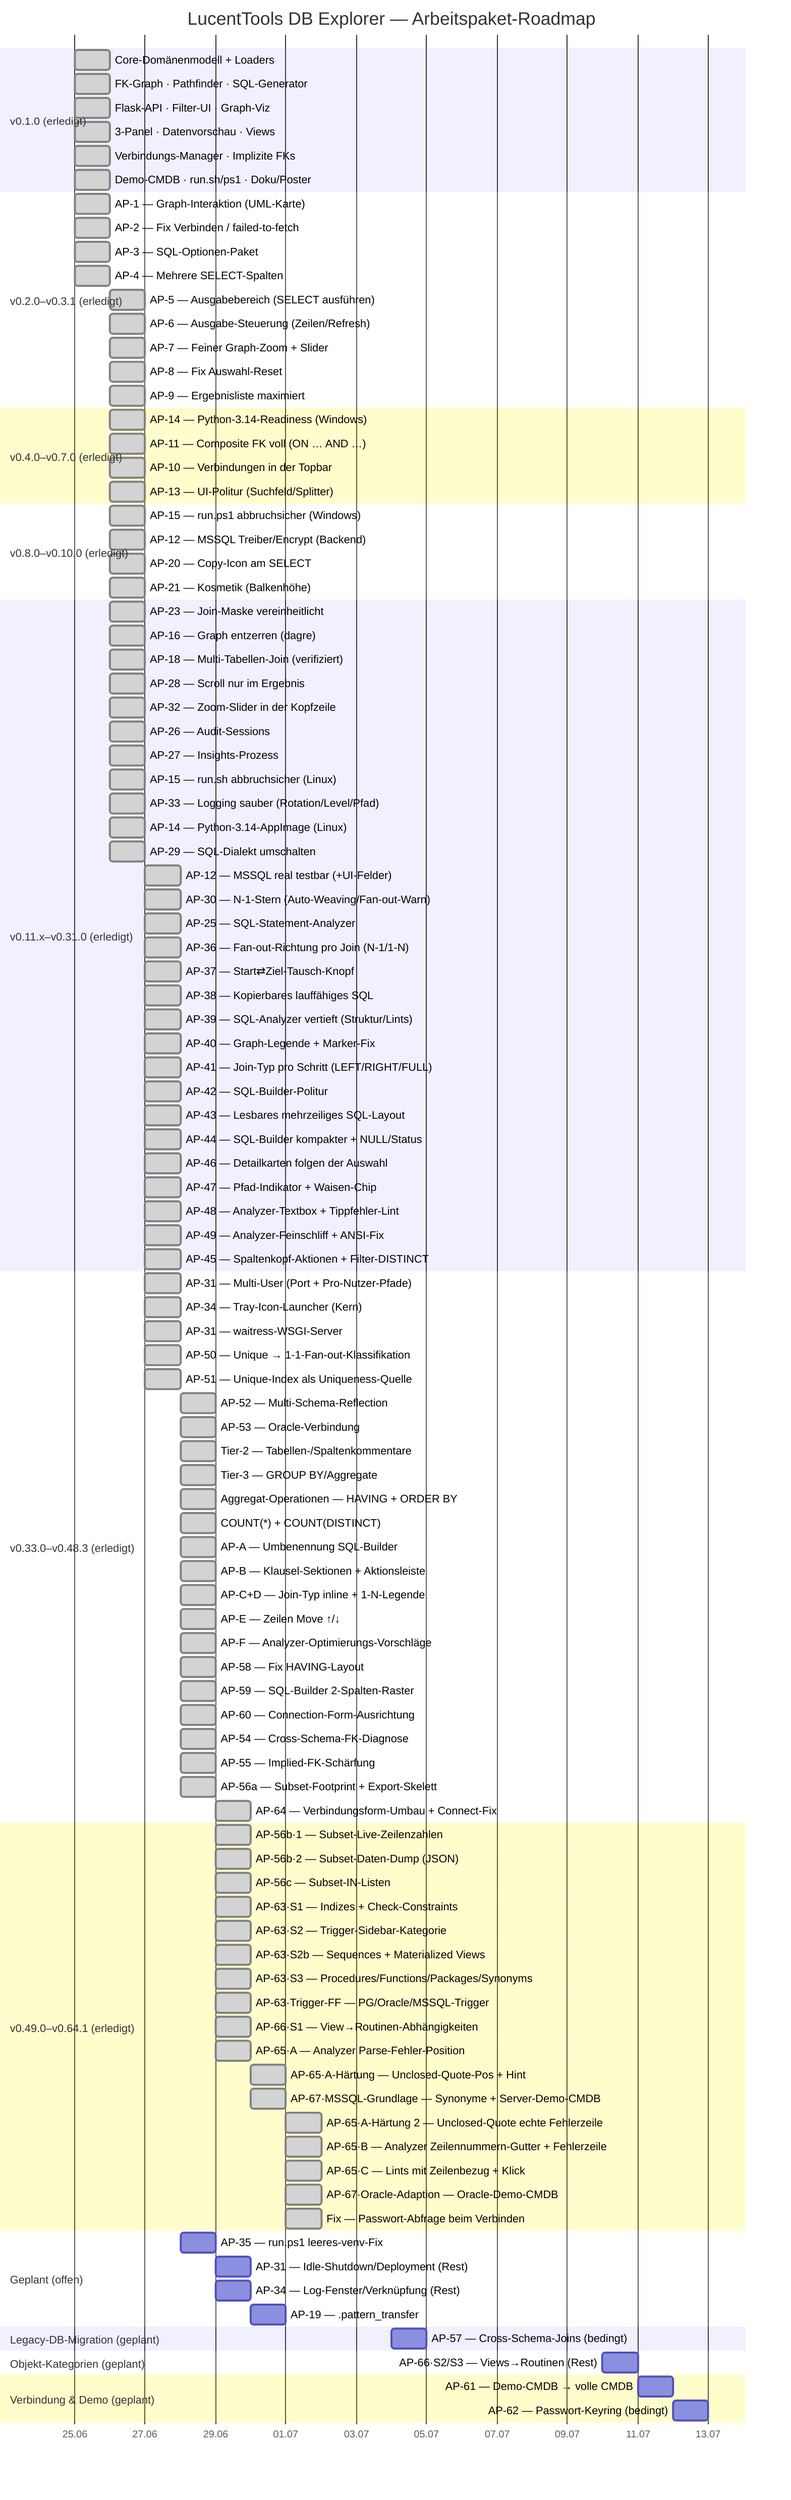
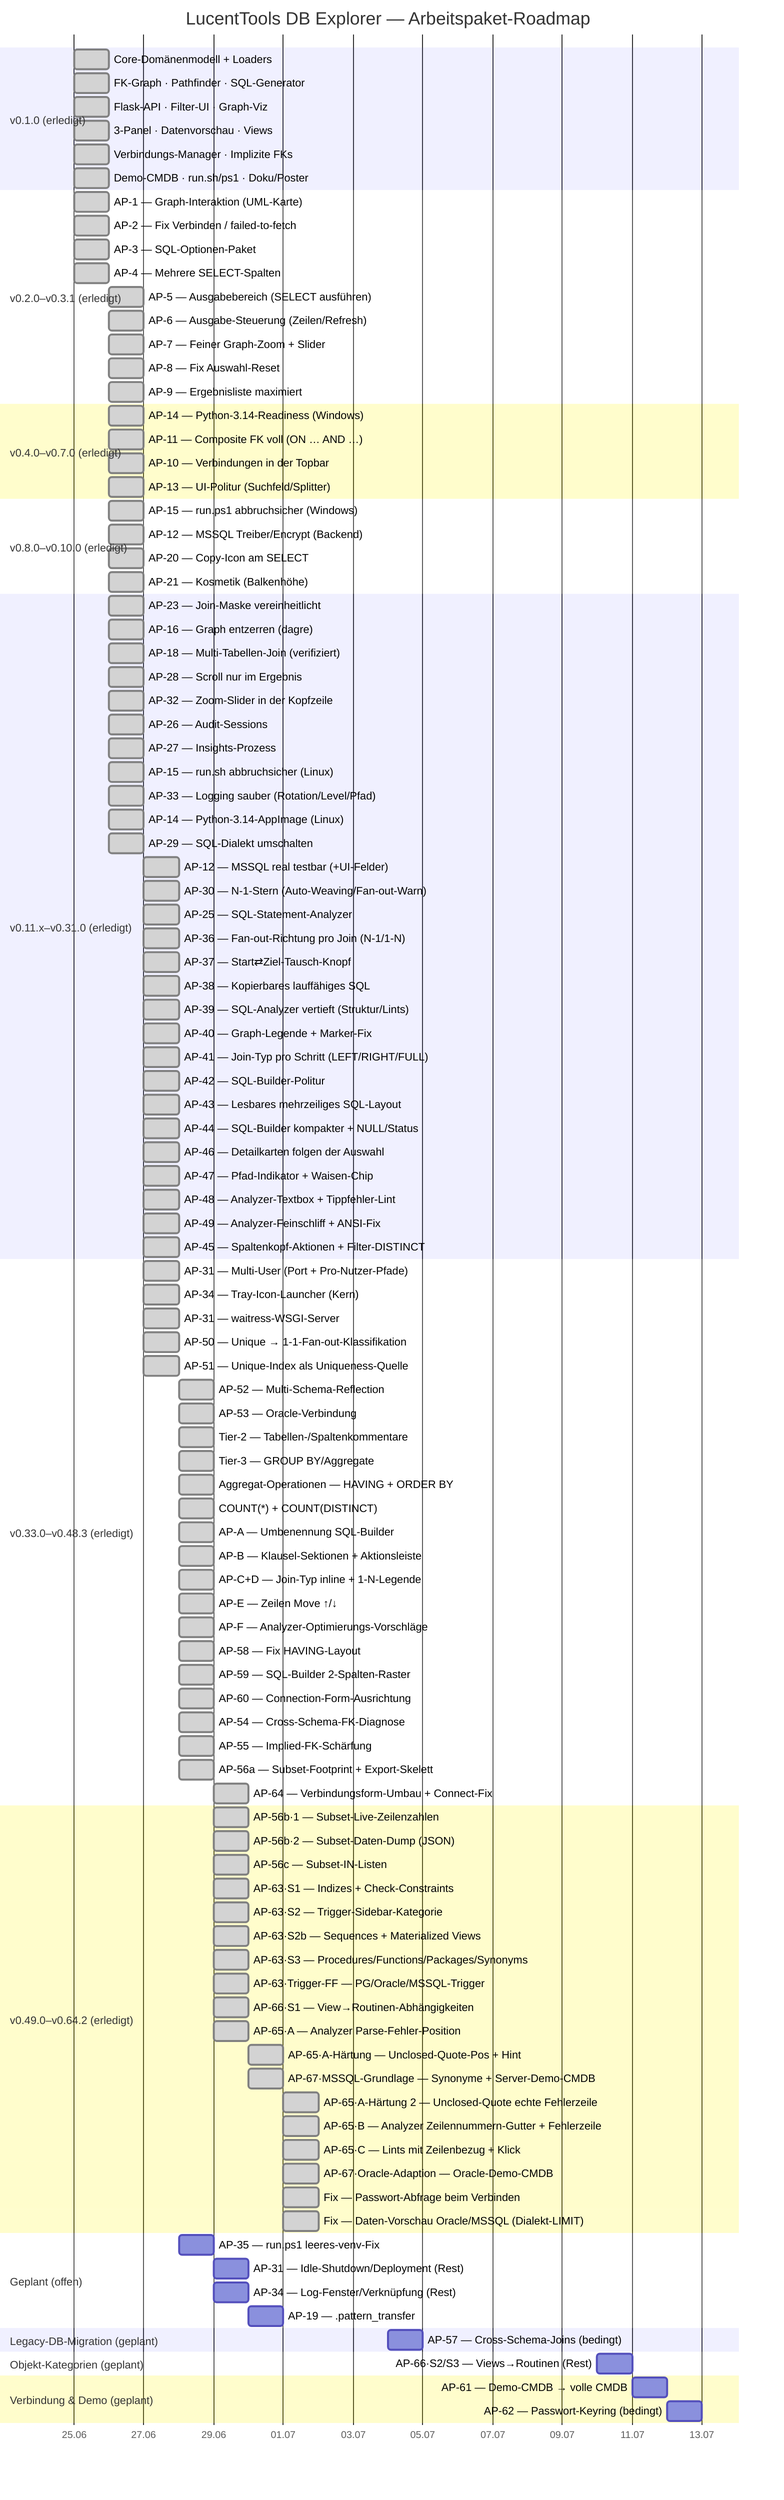
gantt
    title LucentTools DB Explorer — Arbeitspaket-Roadmap
    dateFormat  YYYY-MM-DD
    axisFormat  %d.%m

    section v0.1.0 (erledigt)
    Core-Domänenmodell + Loaders          :done, d1, 2026-06-25, 1d
    FK-Graph · Pathfinder · SQL-Generator :done, d2, 2026-06-25, 1d
    Flask-API · Filter-UI · Graph-Viz     :done, d3, 2026-06-25, 1d
    3-Panel · Datenvorschau · Views       :done, d4, 2026-06-25, 1d
    Verbindungs-Manager · Implizite FKs   :done, d5, 2026-06-25, 1d
    Demo-CMDB · run.sh/ps1 · Doku/Poster  :done, d6, 2026-06-25, 1d

    section v0.2.0–v0.3.1 (erledigt)
    AP-1 — Graph-Interaktion (UML-Karte)        :done, a1, 2026-06-25, 1d
    AP-2 — Fix Verbinden / failed-to-fetch      :done, a2, 2026-06-25, 1d
    AP-3 — SQL-Optionen-Paket                   :done, a3, 2026-06-25, 1d
    AP-4 — Mehrere SELECT-Spalten               :done, a4, 2026-06-25, 1d
    AP-5 — Ausgabebereich (SELECT ausführen)    :done, a5, 2026-06-26, 1d
    AP-6 — Ausgabe-Steuerung (Zeilen/Refresh)   :done, a6, 2026-06-26, 1d
    AP-7 — Feiner Graph-Zoom + Slider           :done, a7, 2026-06-26, 1d
    AP-8 — Fix Auswahl-Reset                    :done, a8, 2026-06-26, 1d
    AP-9 — Ergebnisliste maximiert              :done, a9, 2026-06-26, 1d

    section v0.4.0–v0.7.0 (erledigt)
    AP-14 — Python-3.14-Readiness (Windows)     :done, b1, 2026-06-26, 1d
    AP-11 — Composite FK voll (ON … AND …)      :done, b2, 2026-06-26, 1d
    AP-10 — Verbindungen in der Topbar          :done, b3, 2026-06-26, 1d
    AP-13 — UI-Politur (Suchfeld/Splitter)      :done, b4, 2026-06-26, 1d

    section v0.8.0–v0.10.0 (erledigt)
    AP-15 — run.ps1 abbruchsicher (Windows)     :done, c1, 2026-06-26, 1d
    AP-12 — MSSQL Treiber/Encrypt (Backend)     :done, c2, 2026-06-26, 1d
    AP-20 — Copy-Icon am SELECT                 :done, c3, 2026-06-26, 1d
    AP-21 — Kosmetik (Balkenhöhe)               :done, c4, 2026-06-26, 1d

    section v0.11.x–v0.31.0 (erledigt)
    AP-23 — Join-Maske vereinheitlicht          :done, e1, 2026-06-26, 1d
    AP-16 — Graph entzerren (dagre)             :done, e2, 2026-06-26, 1d
    AP-18 — Multi-Tabellen-Join (verifiziert)   :done, e3, 2026-06-26, 1d
    AP-28 — Scroll nur im Ergebnis              :done, e4, 2026-06-26, 1d
    AP-32 — Zoom-Slider in der Kopfzeile        :done, e5, 2026-06-26, 1d
    AP-26 — Audit-Sessions                      :done, e6, 2026-06-26, 1d
    AP-27 — Insights-Prozess                    :done, e7, 2026-06-26, 1d
    AP-15 — run.sh abbruchsicher (Linux)        :done, e8, 2026-06-26, 1d
    AP-33 — Logging sauber (Rotation/Level/Pfad) :done, e9, 2026-06-26, 1d
    AP-14 — Python-3.14-AppImage (Linux)         :done, e10, 2026-06-26, 1d
    AP-29 — SQL-Dialekt umschalten               :done, e11, 2026-06-26, 1d
    AP-12 — MSSQL real testbar (+UI-Felder)      :done, e12, 2026-06-27, 1d
    AP-30 — N-1-Stern (Auto-Weaving/Fan-out-Warn) :done, e13, 2026-06-27, 1d
    AP-25 — SQL-Statement-Analyzer               :done, e14, 2026-06-27, 1d
    AP-36 — Fan-out-Richtung pro Join (N-1/1-N)  :done, e15, 2026-06-27, 1d
    AP-37 — Start⇄Ziel-Tausch-Knopf              :done, e16, 2026-06-27, 1d
    AP-38 — Kopierbares lauffähiges SQL          :done, e17, 2026-06-27, 1d
    AP-39 — SQL-Analyzer vertieft (Struktur/Lints) :done, e18, 2026-06-27, 1d
    AP-40 — Graph-Legende + Marker-Fix           :done, e19, 2026-06-27, 1d
    AP-41 — Join-Typ pro Schritt (LEFT/RIGHT/FULL) :done, e20, 2026-06-27, 1d
    AP-42 — SQL-Builder-Politur                 :done, e21, 2026-06-27, 1d
    AP-43 — Lesbares mehrzeiliges SQL-Layout      :done, e22, 2026-06-27, 1d
    AP-44 — SQL-Builder kompakter + NULL/Status :done, e23, 2026-06-27, 1d
    AP-46 — Detailkarten folgen der Auswahl       :done, e24, 2026-06-27, 1d
    AP-47 — Pfad-Indikator + Waisen-Chip         :done, e25, 2026-06-27, 1d
    AP-48 — Analyzer-Textbox + Tippfehler-Lint   :done, e26, 2026-06-27, 1d
    AP-49 — Analyzer-Feinschliff + ANSI-Fix       :done, e27, 2026-06-27, 1d
    AP-45 — Spaltenkopf-Aktionen + Filter-DISTINCT :done, e28, 2026-06-27, 1d

    section v0.33.0–v0.48.3 (erledigt)
    AP-31 — Multi-User (Port + Pro-Nutzer-Pfade) :done, f1, 2026-06-27, 1d
    AP-34 — Tray-Icon-Launcher (Kern)            :done, f2, 2026-06-27, 1d
    AP-31 — waitress-WSGI-Server                 :done, f3, 2026-06-27, 1d
    AP-50 — Unique → 1-1-Fan-out-Klassifikation  :done, f4, 2026-06-27, 1d
    AP-51 — Unique-Index als Uniqueness-Quelle   :done, f5, 2026-06-27, 1d
    AP-52 — Multi-Schema-Reflection              :done, f6, 2026-06-28, 1d
    AP-53 — Oracle-Verbindung                    :done, f7, 2026-06-28, 1d
    Tier-2 — Tabellen-/Spaltenkommentare         :done, f8, 2026-06-28, 1d
    Tier-3 — GROUP BY/Aggregate                  :done, f9, 2026-06-28, 1d
    Aggregat-Operationen — HAVING + ORDER BY     :done, f10, 2026-06-28, 1d
    COUNT(*) + COUNT(DISTINCT)                   :done, f11, 2026-06-28, 1d
    AP-A — Umbenennung SQL-Builder               :done, f12, 2026-06-28, 1d
    AP-B — Klausel-Sektionen + Aktionsleiste     :done, f13, 2026-06-28, 1d
    AP-C+D — Join-Typ inline + 1-N-Legende       :done, f14, 2026-06-28, 1d
    AP-E — Zeilen Move ↑/↓                        :done, f15, 2026-06-28, 1d
    AP-F — Analyzer-Optimierungs-Vorschläge      :done, f16, 2026-06-28, 1d
    AP-58 — Fix HAVING-Layout                    :done, f17, 2026-06-28, 1d
    AP-59 — SQL-Builder 2-Spalten-Raster        :done, f18, 2026-06-28, 1d
    AP-60 — Connection-Form-Ausrichtung         :done, f19, 2026-06-28, 1d
    AP-54 — Cross-Schema-FK-Diagnose            :done, f20, 2026-06-28, 1d
    AP-55 — Implied-FK-Schärfung                :done, f21, 2026-06-28, 1d
    AP-56a — Subset-Footprint + Export-Skelett   :done, f22, 2026-06-28, 1d
    AP-64 — Verbindungsform-Umbau + Connect-Fix  :done, f23, 2026-06-29, 1d

-     section v0.49.0–v0.64.1 (erledigt)
+     section v0.49.0–v0.64.2 (erledigt)
    AP-56b·1 — Subset-Live-Zeilenzahlen         :done, f24, 2026-06-29, 1d
    AP-56b·2 — Subset-Daten-Dump (JSON)         :done, f25, 2026-06-29, 1d
    AP-56c — Subset-IN-Listen                   :done, f26, 2026-06-29, 1d
    AP-63·S1 — Indizes + Check-Constraints      :done, f27, 2026-06-29, 1d
    AP-63·S2 — Trigger-Sidebar-Kategorie        :done, f28, 2026-06-29, 1d
    AP-63·S2b — Sequences + Materialized Views  :done, f29, 2026-06-29, 1d
    AP-63·S3 — Procedures/Functions/Packages/Synonyms :done, f30, 2026-06-29, 1d
    AP-63·Trigger-FF — PG/Oracle/MSSQL-Trigger  :done, f31, 2026-06-29, 1d
    AP-66·S1 — View→Routinen-Abhängigkeiten     :done, f32, 2026-06-29, 1d
    AP-65·A — Analyzer Parse-Fehler-Position    :done, f33, 2026-06-29, 1d
    AP-65·A-Härtung — Unclosed-Quote-Pos + Hint :done, f34, 2026-06-30, 1d
    AP-67·MSSQL-Grundlage — Synonyme + Server-Demo-CMDB :done, f35, 2026-06-30, 1d
    AP-65·A-Härtung 2 — Unclosed-Quote echte Fehlerzeile :done, f36, 2026-07-01, 1d
    AP-65·B — Analyzer Zeilennummern-Gutter + Fehlerzeile :done, f37, 2026-07-01, 1d
    AP-65·C — Lints mit Zeilenbezug + Klick :done, f38, 2026-07-01, 1d
    AP-67·Oracle-Adaption — Oracle-Demo-CMDB :done, f39, 2026-07-01, 1d
    Fix — Passwort-Abfrage beim Verbinden :done, f40, 2026-07-01, 1d
+     Fix — Daten-Vorschau Oracle/MSSQL (Dialekt-LIMIT) :done, f41, 2026-07-01, 1d

    section Geplant (offen)
    AP-35 — run.ps1 leeres-venv-Fix             :p3, 2026-06-28, 1d
    AP-31 — Idle-Shutdown/Deployment (Rest)     :p5, 2026-06-29, 1d
    AP-34 — Log-Fenster/Verknüpfung (Rest)      :p6, 2026-06-29, 1d
    AP-19 — .pattern_transfer                   :p11, 2026-06-30, 1d

    section Legacy-DB-Migration (geplant)
    AP-57 — Cross-Schema-Joins (bedingt)        :p23, 2026-07-04, 1d

    section Objekt-Kategorien (geplant)
    AP-66·S2/S3 — Views→Routinen (Rest)         :p33, 2026-07-10, 1d

    section Analyzer-Tiefe (geplant)

    section Verbindung & Demo (geplant)
    AP-61 — Demo-CMDB → volle CMDB              :p41, 2026-07-11, 1d
    AP-62 — Passwort-Keyring (bedingt)          :p42, 2026-07-12, 1d
